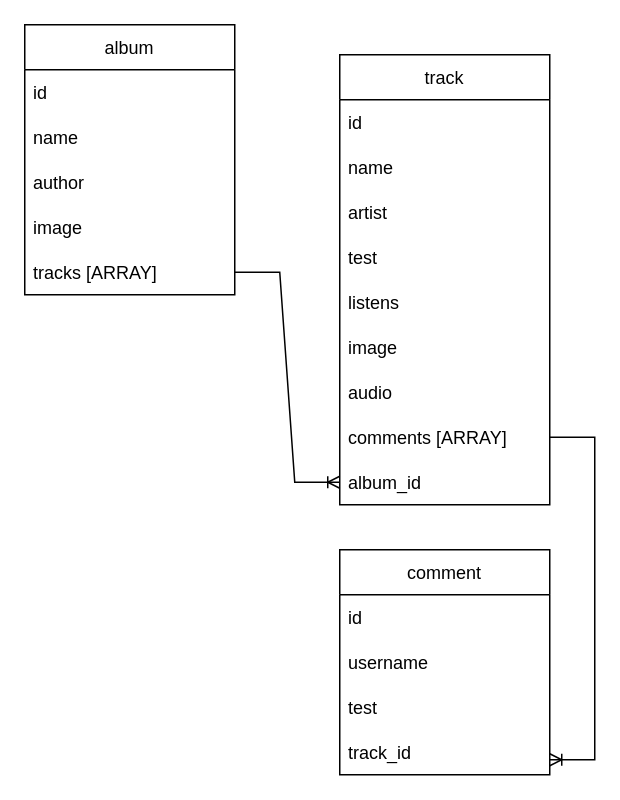
Earlier version of the draw.io diagram schema.drawio (evg226/music-platform). Source tidied: cells renumbered, new cells numbered last; positions are measured from the earlier drawing's top-left corner, leaving out a move shared by most shapes. Both pictures are drawn from the tidied source at 150%, with x=0, y=0 at pixel (24, 24).
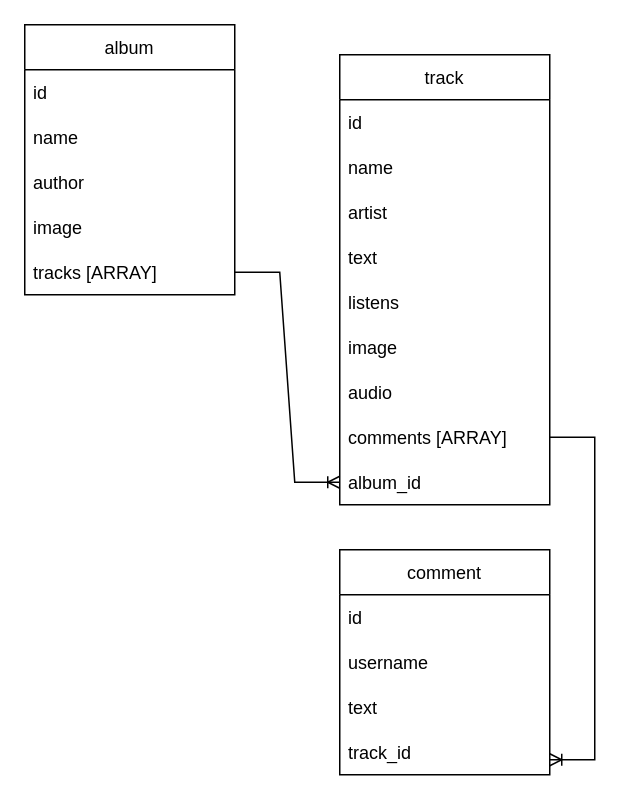
Above is the later version.

The change refers to these unchanged cells:
```xml
<mxCell id="2" value="track" style="swimlane;fontStyle=0;horizontal=1;startSize=30;" parent="1" vertex="1">
  <mxGeometry x="210" y="20" width="140" height="300" as="geometry" />
</mxCell>
<mxCell id="18" value="comment" style="swimlane;fontStyle=0;horizontal=1;startSize=30;" parent="1" vertex="1">
  <mxGeometry x="210" y="350" width="140" height="150" as="geometry" />
</mxCell>
```

Diff of the diagram source:
```diff
@@
-    <mxCell id="6" value="test" style="text;strokeColor=none;fillColor=none;align=left;verticalAlign=middle;spacingLeft=4;spacingRight=4;overflow=hidden;" parent="2" vertex="1">
+    <mxCell id="6" value="text" style="text;strokeColor=none;fillColor=none;align=left;verticalAlign=middle;spacingLeft=4;spacingRight=4;overflow=hidden;" parent="2" vertex="1">
       <mxGeometry y="120" width="140" height="30" as="geometry" />
     </mxCell>
@@
-    <mxCell id="21" value="test" style="text;strokeColor=none;fillColor=none;align=left;verticalAlign=middle;spacingLeft=4;spacingRight=4;overflow=hidden;" parent="18" vertex="1">
+    <mxCell id="21" value="text" style="text;strokeColor=none;fillColor=none;align=left;verticalAlign=middle;spacingLeft=4;spacingRight=4;overflow=hidden;" parent="18" vertex="1">
       <mxGeometry y="90" width="140" height="30" as="geometry" />
     </mxCell>
```
